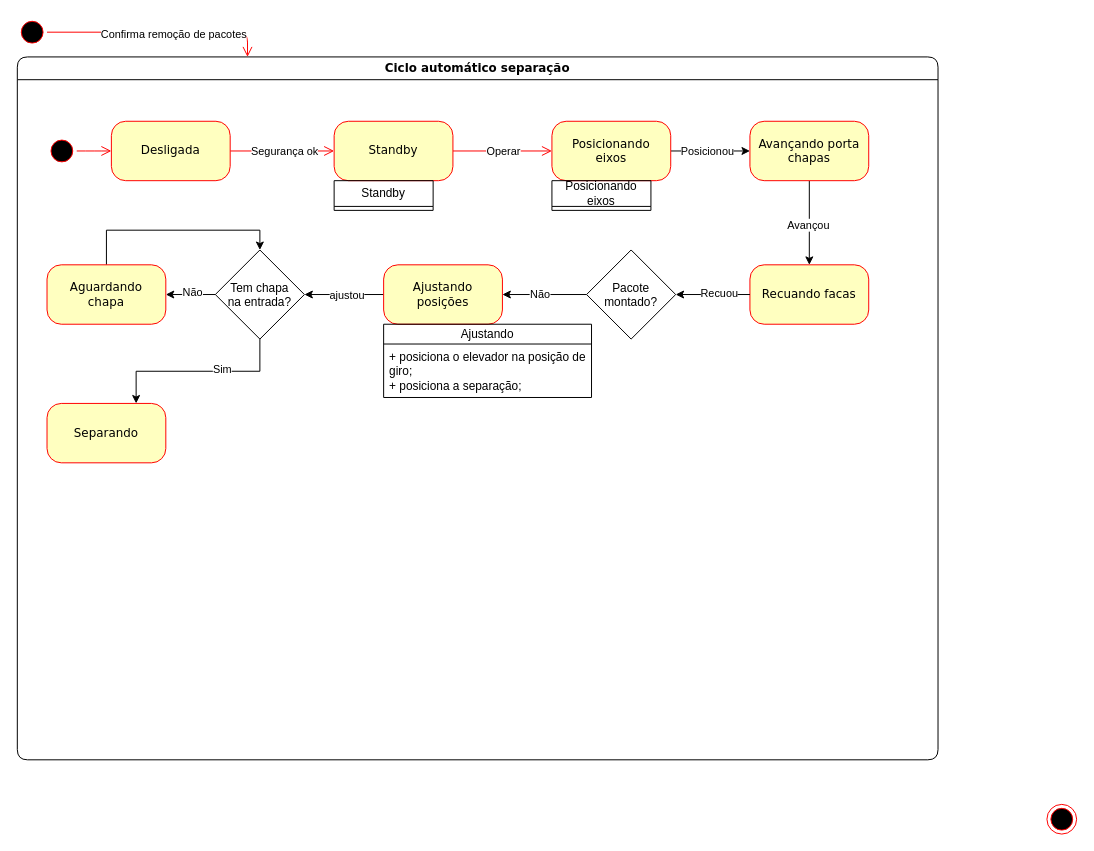
JonanMuller/WEGDiagrams keeps this draw.io diagram as separar_pacotes_M05511N01.drawio. Above is the earlier version. Source tidied: cells renumbered, new cells numbered last; positions are measured from the earlier drawing's top-left corner, leaving out a move shared by most shapes. Both pictures are drawn from the tidied source at 99%, with x=0, y=0 at pixel (17, 17).
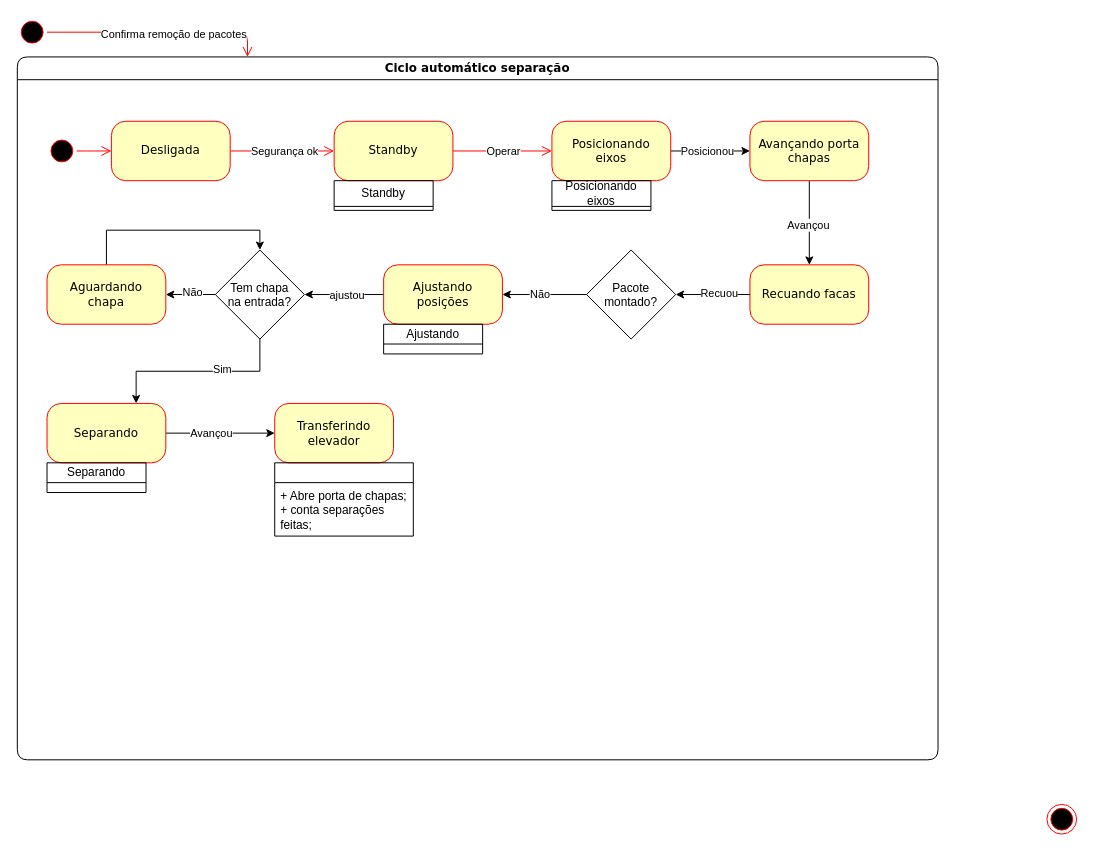
The same page after the edit.

The change refers to these unchanged cells:
```xml
<mxCell id="3" value="Ciclo automático separação" style="swimlane;whiteSpace=wrap;html=1;rounded=1;shadow=0;comic=0;labelBackgroundColor=none;strokeWidth=1;fontFamily=Verdana;fontSize=12;align=center;" parent="1" vertex="1">
  <mxGeometry y="40" width="930" height="710" as="geometry" />
</mxCell>
<mxCell id="37" value="Separando" style="rounded=1;whiteSpace=wrap;html=1;arcSize=24;fillColor=#ffffc0;strokeColor=#ff0000;shadow=0;comic=0;labelBackgroundColor=none;fontFamily=Verdana;fontSize=12;fontColor=#000000;align=center;" parent="3" vertex="1">
  <mxGeometry x="30" y="350" width="120" height="60" as="geometry" />
</mxCell>
```

The edit, as a diff of the source:
```diff
@@
-    <mxCell id="30" value="Ajustando" style="swimlane;fontStyle=0;horizontal=1;startSize=20;fillColor=none;whiteSpace=wrap;html=1;" parent="3" vertex="1">
-      <mxGeometry x="370" y="270" width="210" height="74" as="geometry" />
+    <mxCell id="30" value="Ajustando" style="swimlane;fontStyle=0;horizontal=1;startSize=20;fillColor=none;whiteSpace=wrap;html=1;" parent="3" vertex="1" collapsed="1">
+      <mxGeometry x="370" y="270" width="100" height="30" as="geometry" />
     </mxCell>
-    <mxCell id="31" value="+ posiciona o elevador na posição de giro;&lt;div&gt;+ posiciona a separação;&lt;/div&gt;" style="text;strokeColor=none;fillColor=none;align=left;verticalAlign=top;spacingLeft=4;spacingRight=4;overflow=hidden;whiteSpace=wrap;html=1;" parent="30" vertex="1">
-      <mxGeometry y="20" width="210" height="54" as="geometry" />
-    </mxCell>
@@
+    <mxCell id="43" style="edgeStyle=orthogonalEdgeStyle;rounded=0;jettySize=auto;html=1;" parent="3" edge="1" source="37" target="45">
+      <mxGeometry relative="1" as="geometry" />
+    </mxCell>
+    <mxCell id="44" value="Avançou" style="edgeLabel;html=1;align=center;verticalAlign=middle;" parent="43" vertex="1">
+      <mxGeometry x="-0.18" y="1" relative="1" as="geometry" />
+    </mxCell>
@@
+    <mxCell id="45" value="Transferindo&lt;div&gt;elevador&lt;/div&gt;" style="rounded=1;whiteSpace=wrap;html=1;arcSize=24;fillColor=#ffffc0;strokeColor=#ff0000;shadow=0;comic=0;labelBackgroundColor=none;fontFamily=Verdana;fontSize=12;fontColor=#000000;align=center;" parent="3" vertex="1">
+      <mxGeometry x="260" y="350" width="120" height="60" as="geometry" />
+    </mxCell>
+    <mxCell id="46" style="swimlane;fontStyle=0;horizontal=1;startSize=20;fillColor=none;whiteSpace=wrap;html=1;" parent="3" vertex="1">
+      <mxGeometry x="260" y="410" width="140" height="74" as="geometry" />
+    </mxCell>
+    <mxCell id="47" value="+ Abre porta de chapas;&lt;div&gt;+ conta separações feitas;&lt;/div&gt;" style="text;strokeColor=none;fillColor=none;align=left;verticalAlign=top;spacingLeft=4;spacingRight=4;overflow=hidden;whiteSpace=wrap;html=1;" parent="46" vertex="1">
+      <mxGeometry y="20" width="140" height="54" as="geometry" />
+    </mxCell>
@@
+    <mxCell id="48" value="Separando" style="swimlane;fontStyle=0;horizontal=1;startSize=20;fillColor=none;whiteSpace=wrap;html=1;" parent="1" vertex="1" collapsed="1">
+      <mxGeometry x="30" y="450" width="100" height="30" as="geometry" />
+    </mxCell>
```
